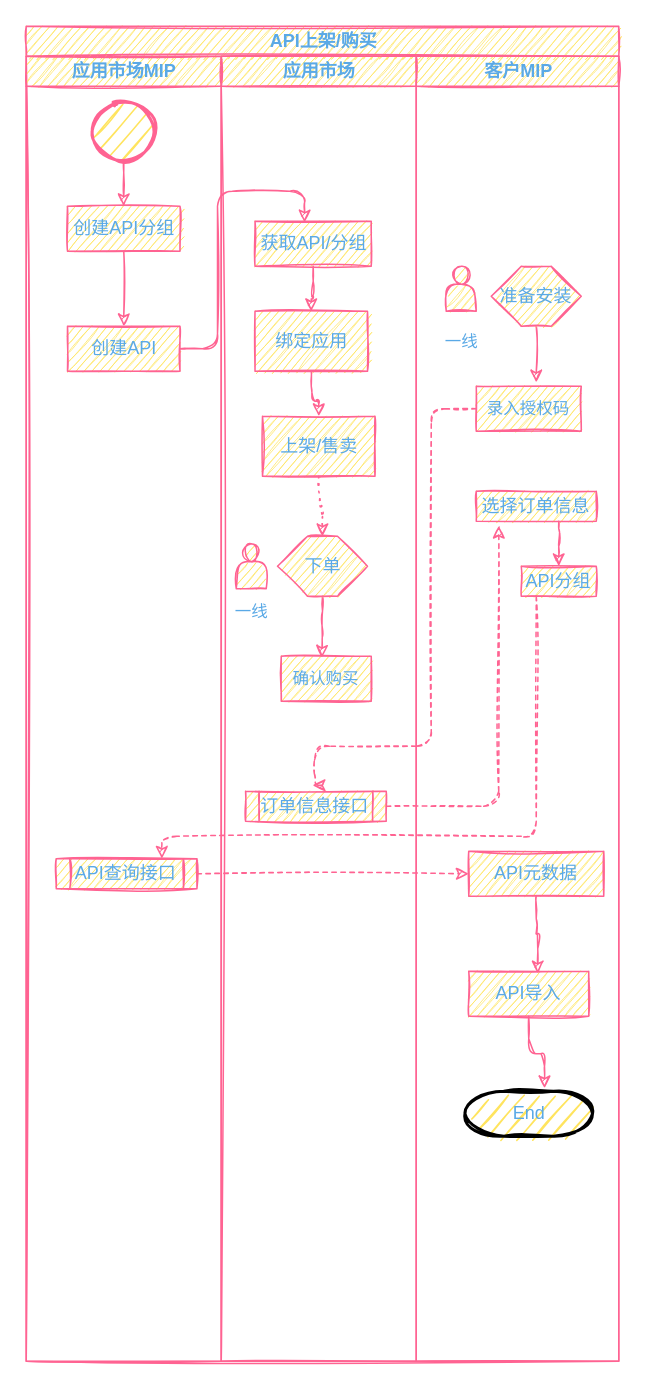
Gamain/diagrams keeps this draw.io diagram as draw/mingyuan/应用市场对接.drawio. Above is the earlier version. Source tidied: cells renumbered, new cells numbered last; positions are measured from the earlier drawing's top-left corner, leaving out a move shared by most shapes. Both pictures are drawn from the tidied source at 150%, with x=0, y=0 at pixel (26, 26).
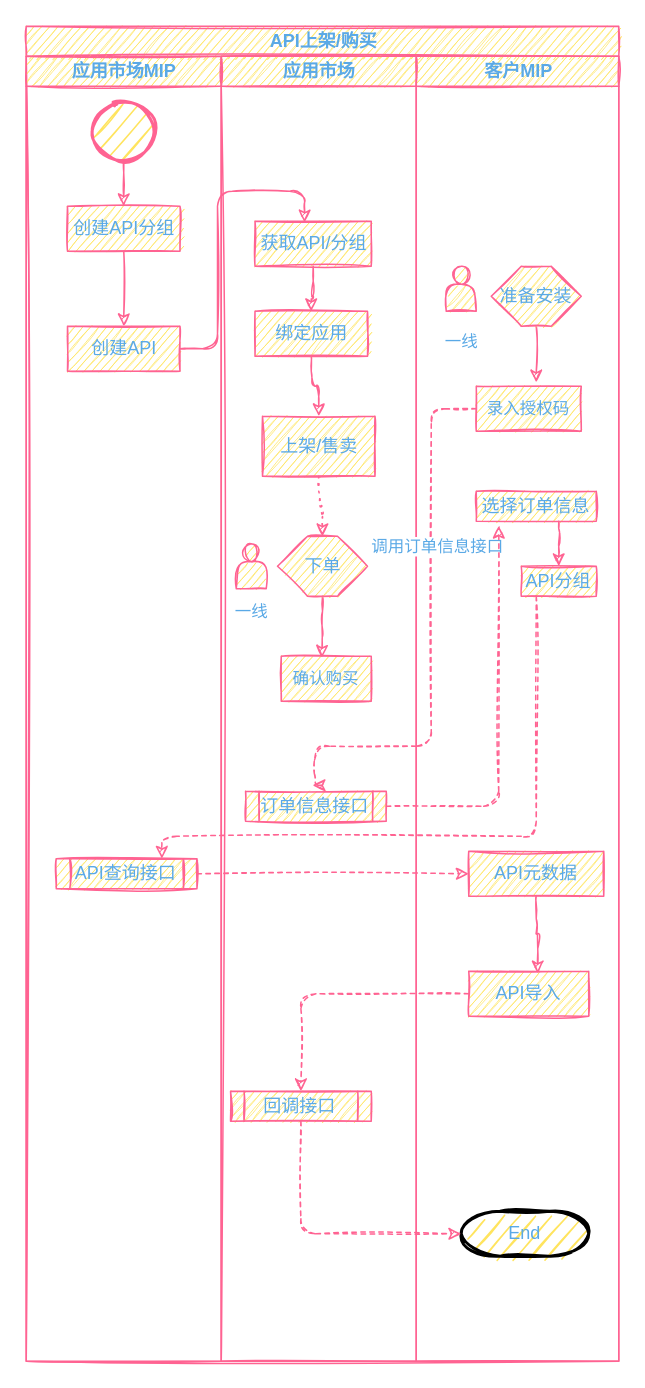
Above is the later version.

Commit message (it also covers changes not shown here):
更新应用市场对接.drawio

Unchanged cells that the change refers to:
```xml
<mxCell id="2" value="API上架/购买" style="swimlane;startSize=20;sketch=1;fontColor=#5AA9E6;strokeColor=#FF6392;fillColor=#FFE45E;html=1;" parent="1" vertex="1">
  <mxGeometry width="395" height="890" as="geometry" />
</mxCell>
<mxCell id="10" value="应用市场" style="swimlane;startSize=20;sketch=1;fontColor=#5AA9E6;strokeColor=#FF6392;fillColor=#FFE45E;html=1;" parent="2" vertex="1">
  <mxGeometry x="130" y="20" width="130" height="870" as="geometry" />
</mxCell>
<mxCell id="22" value="客户MIP" style="swimlane;startSize=20;sketch=1;fontColor=#5AA9E6;strokeColor=#FF6392;fillColor=#FFE45E;html=1;" parent="2" vertex="1">
  <mxGeometry x="260" y="20" width="135" height="870" as="geometry" />
</mxCell>
<mxCell id="33" value="API导入" style="whiteSpace=wrap;html=1;rounded=0;sketch=1;fontColor=#5AA9E6;strokeColor=#FF6392;fillColor=#FFE45E;" parent="22" vertex="1">
  <mxGeometry x="35" y="610" width="80" height="30" as="geometry" />
</mxCell>
<mxCell id="36" style="edgeStyle=orthogonalEdgeStyle;curved=0;rounded=1;sketch=1;jettySize=auto;html=1;fontColor=#5AA9E6;strokeColor=#FF6392;fillColor=#FFE45E;entryX=0.477;entryY=-0.2;entryDx=0;entryDy=0;entryPerimeter=0;dashed=1;" parent="2" edge="1" source="26" target="21">
  <mxGeometry relative="1" as="geometry">
    <Array as="points">
      <mxPoint x="270" y="255" />
      <mxPoint x="270" y="480" />
      <mxPoint x="192" y="480" />
      <mxPoint x="192" y="506" />
    </Array>
  </mxGeometry>
</mxCell>
```

Change to the diagram source:
```diff
@@
     <mxCell id="14" value="绑定应用" style="whiteSpace=wrap;html=1;sketch=1;fontColor=#5AA9E6;startSize=20;strokeColor=#FF6392;fillColor=#FFE45E;" parent="10" vertex="1">
-      <mxGeometry x="22.5" y="170" width="75" height="40" as="geometry" />
+      <mxGeometry x="22.5" y="170" width="75" height="30" as="geometry" />
     </mxCell>
@@
+    <mxCell id="42" value="回调接口" style="shape=process;whiteSpace=wrap;html=1;backgroundOutline=1;rounded=0;sketch=1;fontColor=#5AA9E6;strokeColor=#FF6392;fillColor=#FFE45E;" parent="10" vertex="1">
+      <mxGeometry x="6.2" y="690" width="93.8" height="20" as="geometry" />
+    </mxCell>
@@
-    <mxCell id="32" style="edgeStyle=orthogonalEdgeStyle;curved=0;rounded=1;sketch=1;jettySize=auto;html=1;entryX=0.624;entryY=-0.067;entryDx=0;entryDy=0;entryPerimeter=0;fontColor=#5AA9E6;strokeColor=#FF6392;fillColor=#FFE45E;" parent="22" edge="1" source="33" target="34">
-      <mxGeometry relative="1" as="geometry" />
-    </mxCell>
@@
     <mxCell id="34" value="End" style="strokeWidth=2;html=1;shape=mxgraph.flowchart.terminator;whiteSpace=wrap;rounded=0;sketch=1;fontColor=#5AA9E6;fillColor=#FFE45E;" parent="22" vertex="1">
-      <mxGeometry x="32.5" y="690" width="85" height="30" as="geometry" />
+      <mxGeometry x="30" y="770" width="85" height="30" as="geometry" />
     </mxCell>
@@
+    <mxCell id="43" value="调用订单信息接口" style="edgeLabel;html=1;align=center;verticalAlign=middle;fontColor=#5AA9E6;textDirection=rtl;" parent="36" vertex="1">
+      <mxGeometry x="-0.33" y="3" relative="1" as="geometry" />
+    </mxCell>
@@
+    <mxCell id="44" style="edgeStyle=orthogonalEdgeStyle;curved=0;rounded=1;sketch=1;jettySize=auto;html=1;fontColor=#5AA9E6;strokeColor=#FF6392;fillColor=#FFE45E;dashed=1;" parent="2" edge="1" source="33" target="42">
+      <mxGeometry relative="1" as="geometry" />
+    </mxCell>
+    <mxCell id="45" style="edgeStyle=orthogonalEdgeStyle;curved=0;rounded=1;sketch=1;jettySize=auto;html=1;entryX=0;entryY=0.5;entryDx=0;entryDy=0;entryPerimeter=0;fontColor=#5AA9E6;strokeColor=#FF6392;fillColor=#FFE45E;dashed=1;" parent="2" edge="1" source="42" target="34">
+      <mxGeometry relative="1" as="geometry">
+        <Array as="points">
+          <mxPoint x="183" y="805" />
+        </Array>
+      </mxGeometry>
+    </mxCell>
```
